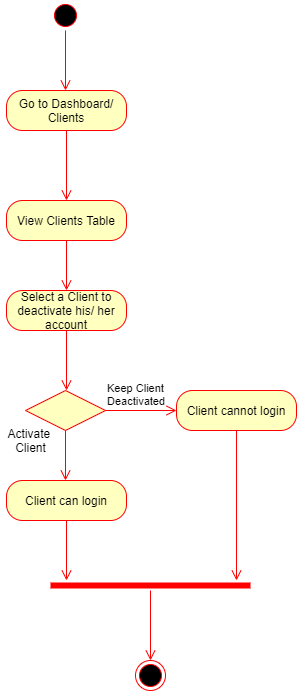
kkasharaj17/SE-project keeps this draw.io diagram as Diagrams/Activity Diagrams FINAL/AC_37-38_View Deactivate Activate Client.png. Above is the earlier version. Source tidied: cells renumbered, new cells last; positions are measured from the earlier drawing's top-left corner, leaving out a move shared by most shapes. The source it was exported from:
```xml
<mxGraphModel>
  <root>
    <mxCell id="0" />
    <mxCell id="1" parent="0" />
    <mxCell id="2" style="ellipse;html=1;shape=startState;fillColor=#000000;strokeColor=#ff0000;" parent="1" vertex="1">
      <mxGeometry x="50" width="30" height="30" as="geometry" />
    </mxCell>
    <mxCell id="3" style="edgeStyle=orthogonalEdgeStyle;html=1;verticalAlign=bottom;endArrow=open;endSize=8;strokeColor=#ff0000;" parent="1" edge="1" source="2">
      <mxGeometry relative="1" as="geometry">
        <mxPoint x="65" y="90" as="targetPoint" />
      </mxGeometry>
    </mxCell>
    <mxCell id="4" value="Go to Dashboard/ Clients" style="rounded=1;whiteSpace=wrap;html=1;arcSize=40;fontColor=#000000;fillColor=#ffffc0;strokeColor=#ff0000;" parent="1" vertex="1">
      <mxGeometry x="6" y="90" width="120" height="40" as="geometry" />
    </mxCell>
    <mxCell id="5" value="View Clients Table" style="rounded=1;whiteSpace=wrap;html=1;arcSize=40;fontColor=#000000;fillColor=#ffffc0;strokeColor=#ff0000;" parent="1" vertex="1">
      <mxGeometry x="6" y="200" width="120" height="40" as="geometry" />
    </mxCell>
    <mxCell id="6" style="edgeStyle=orthogonalEdgeStyle;html=1;verticalAlign=bottom;endArrow=open;endSize=8;strokeColor=#ff0000;" parent="1" edge="1" source="5">
      <mxGeometry relative="1" as="geometry">
        <mxPoint x="66" y="290" as="targetPoint" />
      </mxGeometry>
    </mxCell>
    <mxCell id="7" value="Select a Client to deactivate his/ her account" style="rounded=1;whiteSpace=wrap;html=1;arcSize=40;fontColor=#000000;fillColor=#ffffc0;strokeColor=#ff0000;" parent="1" vertex="1">
      <mxGeometry x="6" y="290" width="120" height="40" as="geometry" />
    </mxCell>
    <mxCell id="8" style="edgeStyle=orthogonalEdgeStyle;html=1;verticalAlign=bottom;endArrow=open;endSize=8;strokeColor=#ff0000;" parent="1" edge="1" source="7">
      <mxGeometry relative="1" as="geometry">
        <mxPoint x="66" y="390" as="targetPoint" />
      </mxGeometry>
    </mxCell>
    <mxCell id="9" style="rhombus;whiteSpace=wrap;html=1;fillColor=#ffffc0;strokeColor=#ff0000;" parent="1" vertex="1">
      <mxGeometry x="25" y="390" width="80" height="40" as="geometry" />
    </mxCell>
    <mxCell id="10" value="Keep Client&lt;br&gt;Deactivated" style="edgeStyle=orthogonalEdgeStyle;html=1;align=left;verticalAlign=bottom;endArrow=open;endSize=8;strokeColor=#ff0000;" parent="1" edge="1" source="9">
      <mxGeometry x="-1" relative="1" as="geometry">
        <mxPoint x="176" y="410" as="targetPoint" />
      </mxGeometry>
    </mxCell>
    <mxCell id="11" style="edgeStyle=orthogonalEdgeStyle;html=1;align=left;verticalAlign=top;endArrow=open;endSize=8;strokeColor=#ff0000;" parent="1" edge="1" source="9">
      <mxGeometry x="-1" relative="1" as="geometry">
        <mxPoint x="65" y="480" as="targetPoint" />
        <Array as="points">
          <mxPoint x="65" y="480" />
          <mxPoint x="65" y="480" />
        </Array>
      </mxGeometry>
    </mxCell>
    <mxCell id="12" value="Activate &lt;br&gt;Client" style="text;html=1;align=center;verticalAlign=middle;" parent="1" vertex="1">
      <mxGeometry y="425" width="60" height="30" as="geometry" />
    </mxCell>
    <mxCell id="13" value="Client cannot login" style="rounded=1;whiteSpace=wrap;html=1;arcSize=40;fontColor=#000000;fillColor=#ffffc0;strokeColor=#ff0000;" parent="1" vertex="1">
      <mxGeometry x="176" y="390" width="120" height="40" as="geometry" />
    </mxCell>
    <mxCell id="14" style="edgeStyle=orthogonalEdgeStyle;html=1;verticalAlign=bottom;endArrow=open;endSize=8;strokeColor=#ff0000;" parent="1" edge="1" source="13">
      <mxGeometry relative="1" as="geometry">
        <mxPoint x="236" y="580" as="targetPoint" />
      </mxGeometry>
    </mxCell>
    <mxCell id="15" value="Client can login" style="rounded=1;whiteSpace=wrap;html=1;arcSize=40;fontColor=#000000;fillColor=#ffffc0;strokeColor=#ff0000;" parent="1" vertex="1">
      <mxGeometry x="6" y="480" width="120" height="40" as="geometry" />
    </mxCell>
    <mxCell id="16" style="edgeStyle=orthogonalEdgeStyle;html=1;verticalAlign=bottom;endArrow=open;endSize=8;strokeColor=#ff0000;" parent="1" edge="1" source="15">
      <mxGeometry relative="1" as="geometry">
        <mxPoint x="66" y="580" as="targetPoint" />
      </mxGeometry>
    </mxCell>
    <mxCell id="17" style="shape=line;html=1;strokeWidth=6;strokeColor=#ff0000;" parent="1" vertex="1">
      <mxGeometry x="50" y="580" width="200" height="10" as="geometry" />
    </mxCell>
    <mxCell id="18" style="edgeStyle=orthogonalEdgeStyle;html=1;verticalAlign=bottom;endArrow=open;endSize=8;strokeColor=#ff0000;" parent="1" edge="1" source="17">
      <mxGeometry relative="1" as="geometry">
        <mxPoint x="150" y="660" as="targetPoint" />
      </mxGeometry>
    </mxCell>
    <mxCell id="19" style="ellipse;html=1;shape=endState;fillColor=#000000;strokeColor=#ff0000;" parent="1" vertex="1">
      <mxGeometry x="135" y="660" width="30" height="30" as="geometry" />
    </mxCell>
    <mxCell id="20" style="edgeStyle=orthogonalEdgeStyle;html=1;verticalAlign=bottom;endArrow=open;endSize=8;strokeColor=#ff0000;exitX=0.5;exitY=1;exitDx=0;exitDy=0;entryX=0.5;entryY=0;entryDx=0;entryDy=0;" parent="1" edge="1" source="4" target="5">
      <mxGeometry relative="1" as="geometry" />
    </mxCell>
  </root>
</mxGraphModel>
```
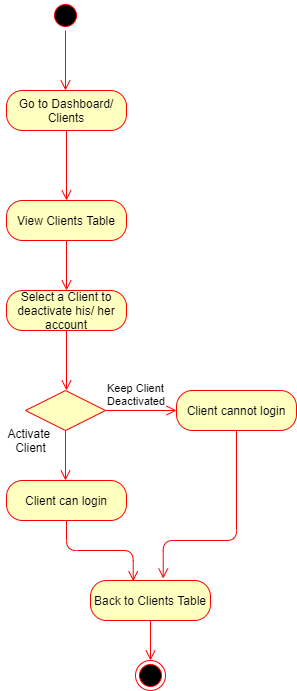
After the commit.

Change to the diagram source:
```diff
@@ -52,23 +52,21 @@
     <mxCell id="13" value="Client cannot login" style="rounded=1;whiteSpace=wrap;html=1;arcSize=40;fontColor=#000000;fillColor=#ffffc0;strokeColor=#ff0000;" parent="1" vertex="1">
       <mxGeometry x="176" y="390" width="120" height="40" as="geometry" />
     </mxCell>
-    <mxCell id="14" style="edgeStyle=orthogonalEdgeStyle;html=1;verticalAlign=bottom;endArrow=open;endSize=8;strokeColor=#ff0000;" parent="1" edge="1" source="13">
+    <mxCell id="14" style="edgeStyle=orthogonalEdgeStyle;html=1;verticalAlign=bottom;endArrow=open;endSize=8;strokeColor=#ff0000;entryX=0.606;entryY=-0.05;entryDx=0;entryDy=0;entryPerimeter=0;" parent="1" edge="1" source="13" target="21">
       <mxGeometry relative="1" as="geometry">
-        <mxPoint x="236" y="580" as="targetPoint" />
+        <Array as="points">
+          <mxPoint x="236" y="540" />
+          <mxPoint x="163" y="540" />
+        </Array>
       </mxGeometry>
     </mxCell>
     <mxCell id="15" value="Client can login" style="rounded=1;whiteSpace=wrap;html=1;arcSize=40;fontColor=#000000;fillColor=#ffffc0;strokeColor=#ff0000;" parent="1" vertex="1">
       <mxGeometry x="6" y="480" width="120" height="40" as="geometry" />
     </mxCell>
-    <mxCell id="16" style="edgeStyle=orthogonalEdgeStyle;html=1;verticalAlign=bottom;endArrow=open;endSize=8;strokeColor=#ff0000;" parent="1" edge="1" source="15">
-      <mxGeometry relative="1" as="geometry">
-        <mxPoint x="66" y="580" as="targetPoint" />
-      </mxGeometry>
+    <mxCell id="16" style="edgeStyle=orthogonalEdgeStyle;html=1;verticalAlign=bottom;endArrow=open;endSize=8;strokeColor=#ff0000;entryX=0.356;entryY=0.017;entryDx=0;entryDy=0;entryPerimeter=0;" parent="1" edge="1" source="15" target="21">
+      <mxGeometry relative="1" as="geometry" />
     </mxCell>
-    <mxCell id="17" style="shape=line;html=1;strokeWidth=6;strokeColor=#ff0000;" parent="1" vertex="1">
-      <mxGeometry x="50" y="580" width="200" height="10" as="geometry" />
-    </mxCell>
-    <mxCell id="18" style="edgeStyle=orthogonalEdgeStyle;html=1;verticalAlign=bottom;endArrow=open;endSize=8;strokeColor=#ff0000;" parent="1" edge="1" source="17">
+    <mxCell id="18" style="edgeStyle=orthogonalEdgeStyle;html=1;verticalAlign=bottom;endArrow=open;endSize=8;strokeColor=#ff0000;" parent="1" edge="1" source="21">
       <mxGeometry relative="1" as="geometry">
         <mxPoint x="150" y="660" as="targetPoint" />
       </mxGeometry>
@@ -79,5 +77,8 @@
     <mxCell id="20" style="edgeStyle=orthogonalEdgeStyle;html=1;verticalAlign=bottom;endArrow=open;endSize=8;strokeColor=#ff0000;exitX=0.5;exitY=1;exitDx=0;exitDy=0;entryX=0.5;entryY=0;entryDx=0;entryDy=0;" parent="1" edge="1" source="4" target="5">
       <mxGeometry relative="1" as="geometry" />
     </mxCell>
+    <mxCell id="21" value="Back to Clients Table" style="rounded=1;whiteSpace=wrap;html=1;arcSize=40;fontColor=#000000;fillColor=#ffffc0;strokeColor=#ff0000;" parent="1" vertex="1">
+      <mxGeometry x="90" y="580" width="120" height="40" as="geometry" />
+    </mxCell>
   </root>
 </mxGraphModel>
```
